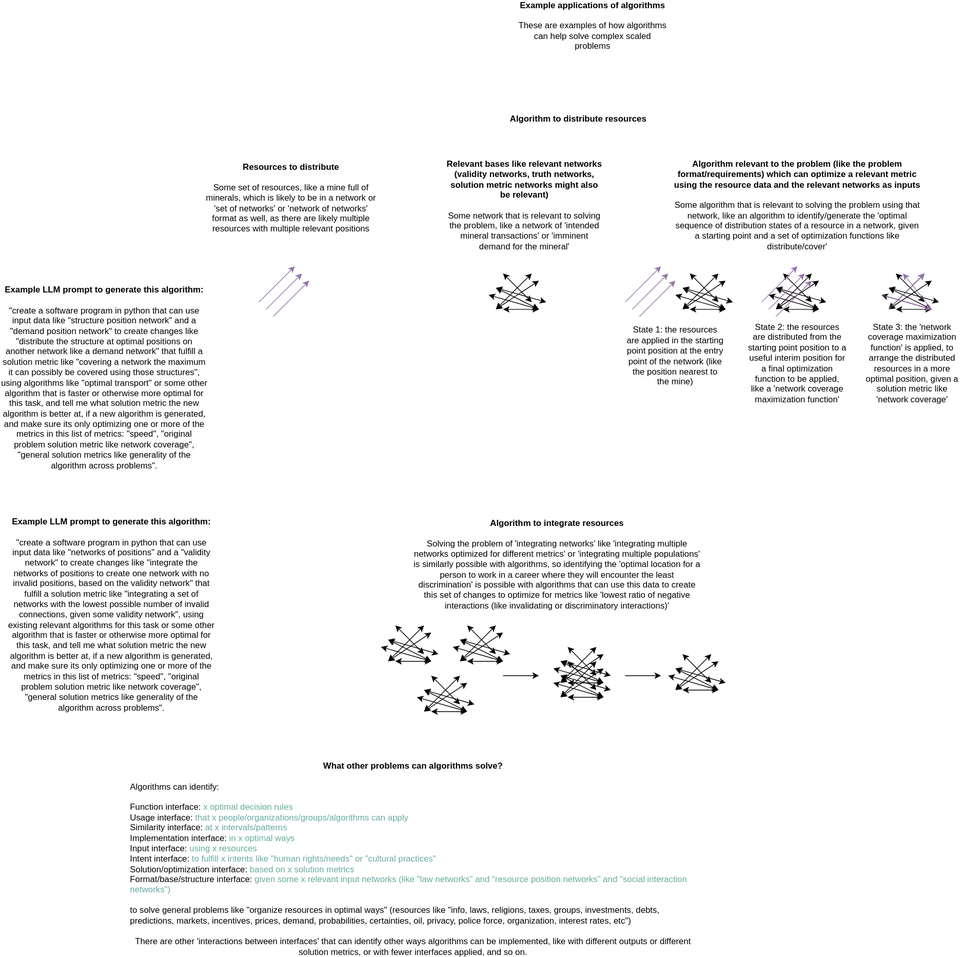
Before: docs/objects/economic_algorithm_examples.drawio.svg, a diagram exported from draw.io (outdreamer/build-a-cure). Source tidied: cells renumbered, new cells last; positions are measured from the earlier drawing's top-left corner, leaving out a move shared by most shapes.
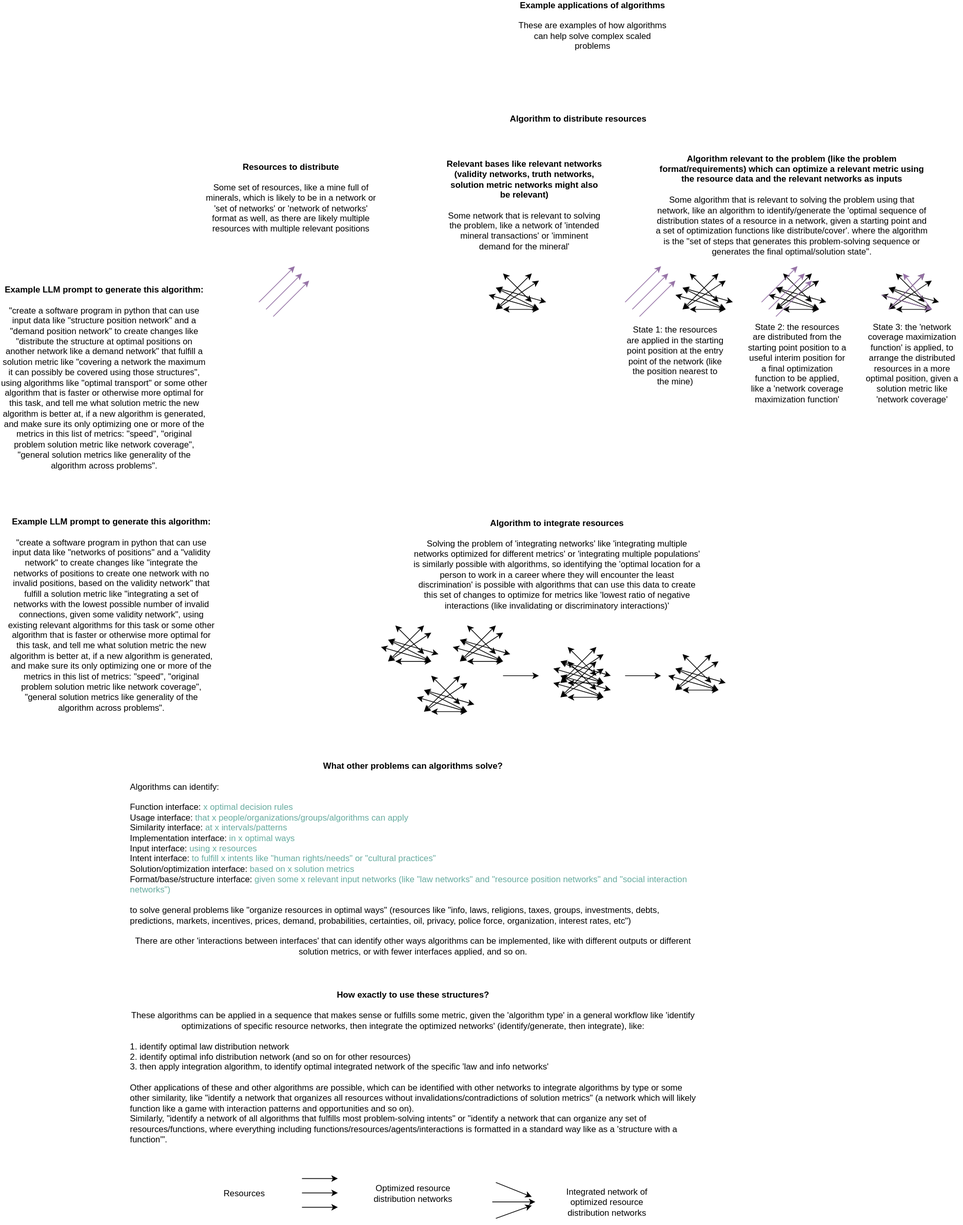
After the change.

Diff of the diagram source:
```diff
@@ -68,8 +68,8 @@
     <mxCell id="13" value="&lt;b&gt;Relevant bases like relevant networks (validity networks, truth networks, solution metric networks might also be relevant)&lt;br&gt;&lt;/b&gt;&lt;br&gt;Some network that is relevant to solving the problem, like a network of 'intended mineral transactions' or 'imminent demand for the mineral'" style="text;html=1;strokeColor=none;fillColor=none;align=center;verticalAlign=middle;whiteSpace=wrap;rounded=0;" parent="1" vertex="1">
       <mxGeometry x="620" y="250" width="220" height="30" as="geometry" />
     </mxCell>
-    <mxCell id="14" value="&lt;b&gt;Algorithm relevant to the problem (like the problem format/requirements) which can optimize a relevant metric using the resource data and the relevant networks as inputs&lt;/b&gt;&lt;br&gt;&lt;br&gt;Some algorithm that is relevant to solving the problem using that network, like an algorithm to identify/generate the 'optimal sequence of distribution states of a resource in a network, given a starting point and a set of optimization functions like distribute/cover'" style="text;html=1;strokeColor=none;fillColor=none;align=center;verticalAlign=middle;whiteSpace=wrap;rounded=0;" parent="1" vertex="1">
-      <mxGeometry x="935" y="250" width="350" height="30" as="geometry" />
+    <mxCell id="14" value="&lt;b&gt;Algorithm relevant to the problem (like the problem format/requirements) which can optimize a relevant metric using the resource data and the relevant networks as inputs&lt;/b&gt;&lt;br&gt;&lt;br&gt;Some algorithm that is relevant to solving the problem using that network, like an algorithm to identify/generate the 'optimal sequence of distribution states of a resource in a network, given a starting point and a set of optimization functions like distribute/cover'. where the algorithm is the &quot;set of steps that generates this problem-solving sequence or generates the final optimal/solution state&quot;." style="text;html=1;strokeColor=none;fillColor=none;align=center;verticalAlign=middle;whiteSpace=wrap;rounded=0;" parent="1" vertex="1">
+      <mxGeometry x="910" y="250" width="385" height="30" as="geometry" />
     </mxCell>
     <mxCell id="15" style="endArrow=classic;startArrow=classic;html=1;rounded=0;" parent="1" edge="1">
       <mxGeometry relative="1" as="geometry">
@@ -542,5 +542,53 @@
     <mxCell id="97" value="&lt;b&gt;What other problems can algorithms solve?&lt;/b&gt;&lt;br&gt;&lt;br&gt;&lt;div style=&quot;text-align: left&quot;&gt;&lt;span&gt;Algorithms can identify:&lt;/span&gt;&lt;/div&gt;&lt;div style=&quot;text-align: left&quot;&gt;&lt;span&gt;&lt;br&gt;&lt;/span&gt;&lt;/div&gt;&lt;div style=&quot;text-align: left&quot;&gt;Function interface: &lt;font color=&quot;#67ab9f&quot;&gt;x optimal decision rules&lt;/font&gt;&lt;/div&gt;&lt;div style=&quot;text-align: left&quot;&gt;Usage interface: &lt;font color=&quot;#67ab9f&quot;&gt;that x people/organizations/groups/algorithms can apply&lt;/font&gt;&lt;/div&gt;&lt;div style=&quot;text-align: left&quot;&gt;Similarity interface: &lt;font color=&quot;#67ab9f&quot;&gt;at x intervals/patterns&lt;/font&gt;&lt;/div&gt;&lt;div style=&quot;text-align: left&quot;&gt;Implementation interface: &lt;font color=&quot;#67ab9f&quot;&gt;in x optimal ways&lt;/font&gt;&lt;/div&gt;&lt;div style=&quot;text-align: left&quot;&gt;Input interface: &lt;font color=&quot;#67ab9f&quot;&gt;using x resources&lt;/font&gt;&lt;/div&gt;&lt;div style=&quot;text-align: left&quot;&gt;Intent interface:&lt;font color=&quot;#67ab9f&quot;&gt; to fulfill x intents like &quot;human rights/needs&quot; or &quot;cultural practices&quot;&lt;/font&gt;&lt;/div&gt;&lt;div style=&quot;text-align: left&quot;&gt;Solution/optimization interface: &lt;font color=&quot;#67ab9f&quot;&gt;based on x solution metrics&lt;/font&gt;&lt;/div&gt;&lt;div style=&quot;text-align: left&quot;&gt;Format/base/structure interface: &lt;font color=&quot;#67ab9f&quot;&gt;given some x relevant input networks (like &quot;law networks&quot; and &quot;resource position networks&quot; and &quot;social interaction networks&quot;)&lt;/font&gt;&lt;/div&gt;&lt;div style=&quot;text-align: left&quot;&gt;&lt;span&gt;&lt;br&gt;&lt;/span&gt;&lt;/div&gt;&lt;div style=&quot;text-align: left&quot;&gt;&lt;span&gt;to solve general problems like &quot;organize resources&amp;nbsp;&lt;/span&gt;&lt;span&gt;in optimal ways&quot;&amp;nbsp;&lt;/span&gt;&lt;span&gt;(resources like &quot;info, laws, religions, taxes, groups, investments, debts, predictions, markets, incentives, prices, demand, probabilities, certainties, oil, privacy, police force, organization, interest rates, etc&quot;)&lt;/span&gt;&lt;/div&gt;&lt;span style=&quot;text-align: left&quot;&gt;&lt;br&gt;There are other 'interactions between interfaces' that can identify other ways algorithms can be implemented, like with different outputs or different solution metrics, or with fewer interfaces applied, and so on.&lt;br&gt;&lt;/span&gt;" style="text;html=1;strokeColor=none;fillColor=none;align=center;verticalAlign=middle;whiteSpace=wrap;rounded=0;" parent="1" vertex="1">
       <mxGeometry x="180" y="1160" width="790" height="30" as="geometry" />
     </mxCell>
+    <mxCell id="98" value="&lt;b&gt;How exactly to use these structures?&lt;/b&gt;&lt;br&gt;&lt;div style=&quot;text-align: left&quot;&gt;&lt;/div&gt;&lt;span&gt;&lt;br&gt;These algorithms can be applied in a sequence that makes sense or fulfills some metric, given the 'algorithm type' in a general workflow like 'identify optimizations of specific resource networks, then integrate the optimized networks' (identify/generate, then integrate), like:&lt;br&gt;&lt;br&gt;&lt;div style=&quot;text-align: left&quot;&gt;&lt;span&gt;1. identify optimal law distribution network&lt;/span&gt;&lt;/div&gt;&lt;div style=&quot;text-align: left&quot;&gt;&lt;span&gt;2. identify optimal info distribution network (and so on for other resources)&lt;/span&gt;&lt;/div&gt;&lt;div style=&quot;text-align: left&quot;&gt;&lt;span&gt;3. then apply integration algorithm, to identify optimal integrated network of the specific 'law and info networks'&lt;/span&gt;&lt;/div&gt;&lt;div style=&quot;text-align: left&quot;&gt;&lt;span&gt;&lt;br&gt;&lt;/span&gt;&lt;/div&gt;&lt;div style=&quot;text-align: left&quot;&gt;&lt;span&gt;Other applications of these and other algorithms are possible, which can be identified with other networks to integrate algorithms by type or some other similarity, like &quot;identify a network that organizes all resources without invalidations/contradictions of solution metrics&quot; (a network which will likely function like a game with interaction patterns and opportunities and so on).&amp;nbsp;&lt;/span&gt;&lt;/div&gt;&lt;div style=&quot;text-align: left&quot;&gt;&lt;span&gt;Similarly, &quot;identify a network of all algorithms that fulfills most problem-solving intents&quot; or &quot;identify a network that can organize any set of resources/functions, where everything including functions/resources/agents/interactions is formatted in a standard way like as a 'structure with a function'&quot;.&lt;/span&gt;&lt;/div&gt;&lt;/span&gt;" style="text;html=1;strokeColor=none;fillColor=none;align=center;verticalAlign=middle;whiteSpace=wrap;rounded=0;" parent="1" vertex="1">
+      <mxGeometry x="180" y="1390" width="790" height="150" as="geometry" />
+    </mxCell>
+    <mxCell id="99" style="endArrow=classic;html=1;rounded=0;" parent="1" edge="1">
+      <mxGeometry relative="1" as="geometry">
+        <mxPoint x="420" y="1620" as="sourcePoint" />
+        <mxPoint x="470" y="1620" as="targetPoint" />
+      </mxGeometry>
+    </mxCell>
+    <mxCell id="100" style="endArrow=classic;html=1;rounded=0;" parent="1" edge="1">
+      <mxGeometry relative="1" as="geometry">
+        <mxPoint x="420" y="1660" as="sourcePoint" />
+        <mxPoint x="470" y="1660" as="targetPoint" />
+      </mxGeometry>
+    </mxCell>
+    <mxCell id="101" style="endArrow=classic;html=1;rounded=0;" parent="1" edge="1">
+      <mxGeometry relative="1" as="geometry">
+        <mxPoint x="420" y="1640" as="sourcePoint" />
+        <mxPoint x="470" y="1640" as="targetPoint" />
+      </mxGeometry>
+    </mxCell>
+    <mxCell id="102" value="Resources" style="text;html=1;strokeColor=none;fillColor=none;align=center;verticalAlign=middle;whiteSpace=wrap;rounded=0;" parent="1" vertex="1">
+      <mxGeometry x="310" y="1625.5" width="60" height="30" as="geometry" />
+    </mxCell>
+    <mxCell id="103" value="Optimized resource distribution networks" style="text;html=1;strokeColor=none;fillColor=none;align=center;verticalAlign=middle;whiteSpace=wrap;rounded=0;" parent="1" vertex="1">
+      <mxGeometry x="510" y="1625.5" width="130" height="30" as="geometry" />
+    </mxCell>
+    <mxCell id="104" style="endArrow=classic;html=1;rounded=0;" parent="1" edge="1">
+      <mxGeometry relative="1" as="geometry">
+        <mxPoint x="690" y="1625.5" as="sourcePoint" />
+        <mxPoint x="740" y="1645.5" as="targetPoint" />
+      </mxGeometry>
+    </mxCell>
+    <mxCell id="105" style="endArrow=classic;html=1;rounded=0;" parent="1" edge="1">
+      <mxGeometry relative="1" as="geometry">
+        <mxPoint x="685" y="1652.5" as="sourcePoint" />
+        <mxPoint x="745" y="1652.5" as="targetPoint" />
+      </mxGeometry>
+    </mxCell>
+    <mxCell id="106" style="endArrow=classic;html=1;rounded=0;" parent="1" edge="1">
+      <mxGeometry relative="1" as="geometry">
+        <mxPoint x="690" y="1675.5" as="sourcePoint" />
+        <mxPoint x="740" y="1657.5" as="targetPoint" />
+      </mxGeometry>
+    </mxCell>
+    <mxCell id="107" value="Integrated network of optimized resource distribution networks" style="text;html=1;strokeColor=none;fillColor=none;align=center;verticalAlign=middle;whiteSpace=wrap;rounded=0;" parent="1" vertex="1">
+      <mxGeometry x="770" y="1637.5" width="150" height="30" as="geometry" />
+    </mxCell>
   </root>
 </mxGraphModel>
```
